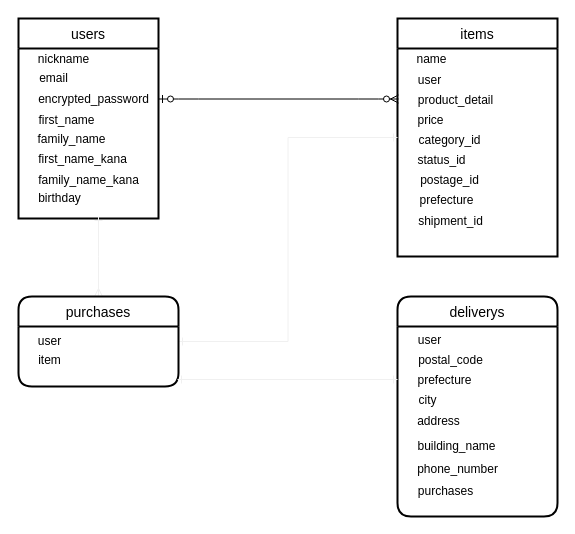
Earlier version of the draw.io diagram furima.dio (minariver/furima-35433). Source tidied: cells renumbered, new cells numbered last; positions are measured from the earlier drawing's top-left corner, leaving out a move shared by most shapes. Both pictures are drawn from the tidied source at 100%, with x=0, y=0 at pixel (18, 18).
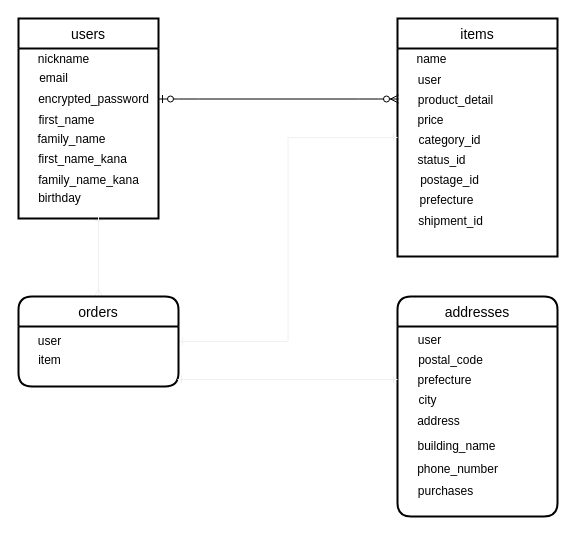
The same page after the edit.

Change to the diagram source:
```diff
@@
-    <mxCell id="24" value="purchases" style="swimlane;horizontal=1;startSize=30;rounded=1;fontSize=14;fontStyle=0;strokeWidth=2;shadow=0;dashed=0;align=center;" parent="1" vertex="1">
+    <mxCell id="24" value="orders" style="swimlane;horizontal=1;startSize=30;rounded=1;fontSize=14;fontStyle=0;strokeWidth=2;shadow=0;dashed=0;align=center;" parent="1" vertex="1">
       <mxGeometry y="278" width="160" height="90" as="geometry" />
     </mxCell>
@@
-    <mxCell id="27" value="deliverys" style="swimlane;horizontal=1;startSize=30;rounded=1;fontSize=14;fontStyle=0;strokeWidth=2;shadow=0;dashed=0;align=center;" parent="1" vertex="1">
+    <mxCell id="27" value="addresses" style="swimlane;horizontal=1;startSize=30;rounded=1;fontSize=14;fontStyle=0;strokeWidth=2;shadow=0;dashed=0;align=center;" parent="1" vertex="1">
       <mxGeometry x="379" y="278" width="160" height="220" as="geometry" />
     </mxCell>
```
